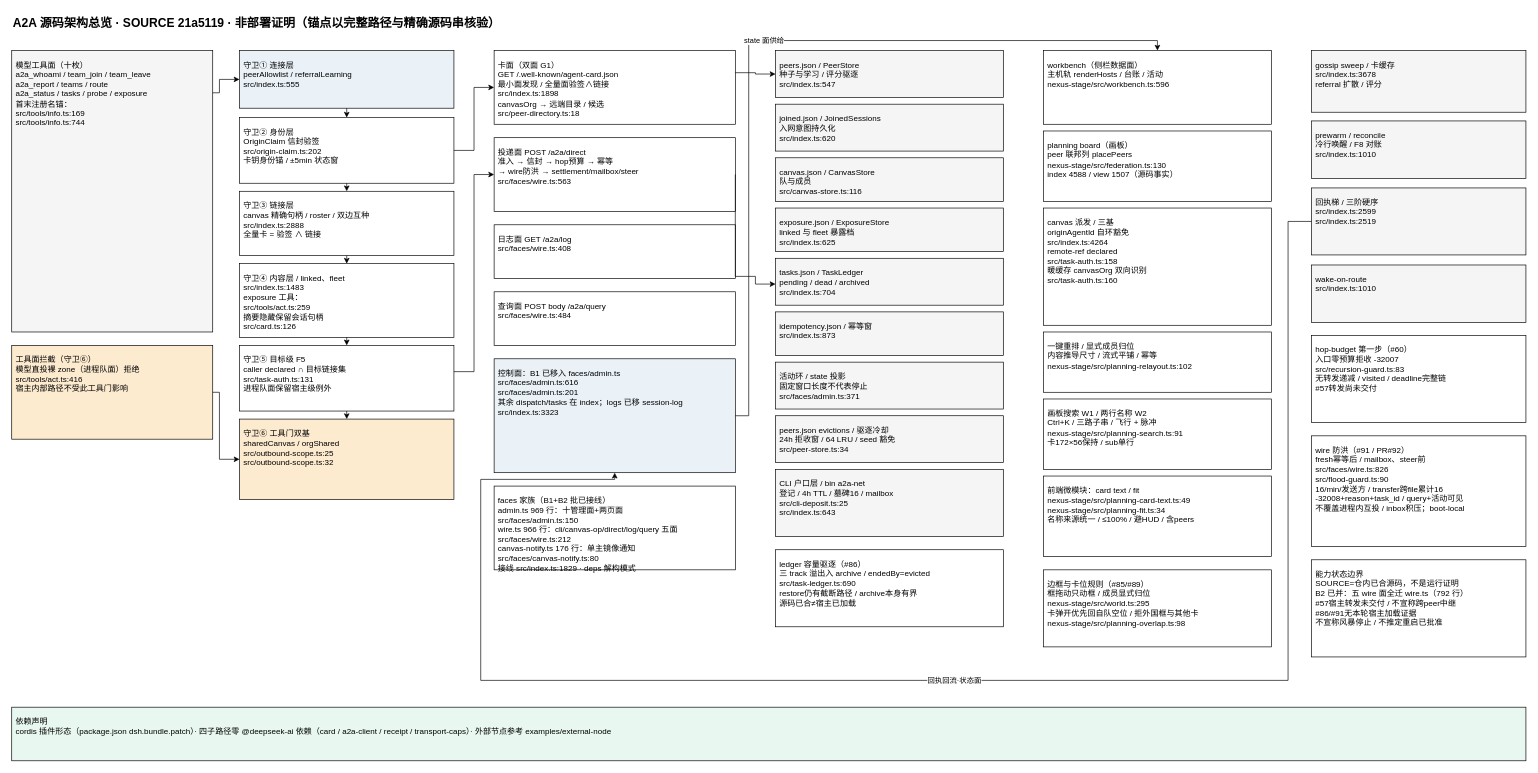
Before: page "系统架构总览" (1 of 2) of docs/arch/a2a-architecture.drawio in NelsonLongxiang/dsh-open-a2a-net, a draw.io diagram. Source tidied: cells renumbered, new cells numbered last; positions are measured from the earlier drawing's top-left corner, leaving out a move shared by most shapes. Both pictures are drawn from the tidied source at 67%, with x=0, y=0 at pixel (11, 11).
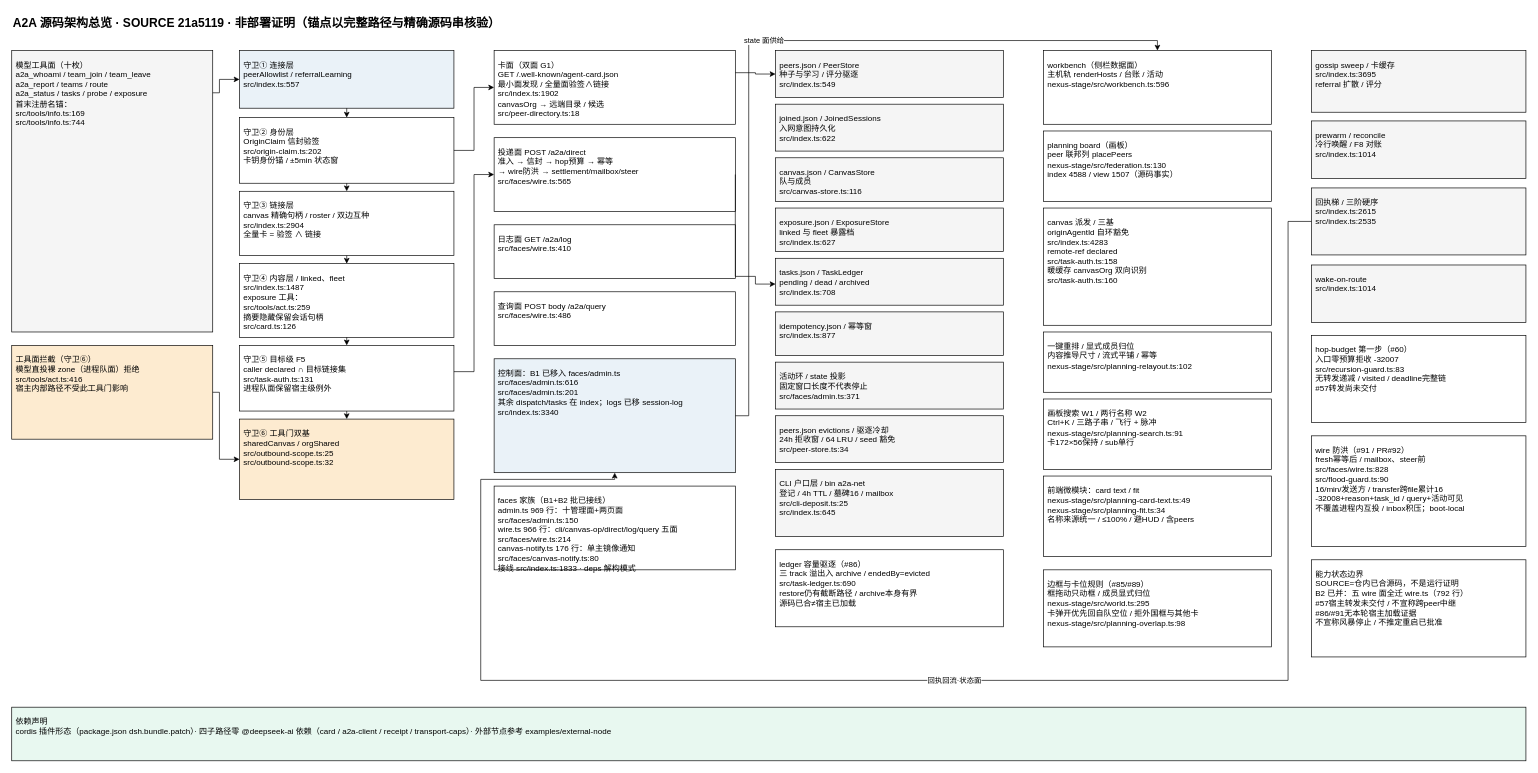
The same diagram, later.

What changed in the source:
```diff
@@
-    <mxCell id="5" value="守卫① 连接层&#10;peerAllowlist / referralLearning&#10;src/index.ts:555" style="rounded=0;whiteSpace=wrap;html=1;fontSize=12;fontColor=#000000;fillColor=#EAF2F8;strokeColor=#000000;align=left;verticalAlign=top;spacing=6;spacingTop=4;" parent="1" vertex="1">
+    <mxCell id="5" value="守卫① 连接层&#10;peerAllowlist / referralLearning&#10;src/index.ts:557" style="rounded=0;whiteSpace=wrap;html=1;fontSize=12;fontColor=#000000;fillColor=#EAF2F8;strokeColor=#000000;align=left;verticalAlign=top;spacing=6;spacingTop=4;" parent="1" vertex="1">
       <mxGeometry x="340" y="58" width="320" height="86" as="geometry" />
     </mxCell>
@@
-    <mxCell id="7" value="守卫③ 链接层&#10;canvas 精确句柄 / roster / 双边互种&#10;src/index.ts:2888&#10;全量卡 = 验签 ∧ 链接" style="rounded=0;whiteSpace=wrap;html=1;fontSize=12;fontColor=#000000;fillColor=#FFFFFF;strokeColor=#000000;align=left;verticalAlign=top;spacing=6;spacingTop=4;" parent="1" vertex="1">
+    <mxCell id="7" value="守卫③ 链接层&#10;canvas 精确句柄 / roster / 双边互种&#10;src/index.ts:2904&#10;全量卡 = 验签 ∧ 链接" style="rounded=0;whiteSpace=wrap;html=1;fontSize=12;fontColor=#000000;fillColor=#FFFFFF;strokeColor=#000000;align=left;verticalAlign=top;spacing=6;spacingTop=4;" parent="1" vertex="1">
       <mxGeometry x="340" y="268" width="320" height="96" as="geometry" />
     </mxCell>
-    <mxCell id="8" value="守卫④ 内容层 / linked、fleet&#10;src/index.ts:1483&#10;exposure 工具：&#10;src/tools/act.ts:259&#10;摘要隐藏保留会话句柄&#10;src/card.ts:126" style="rounded=0;whiteSpace=wrap;html=1;fontSize=12;fontColor=#000000;fillColor=#FFFFFF;strokeColor=#000000;align=left;verticalAlign=top;spacing=6;spacingTop=4;" parent="1" vertex="1">
+    <mxCell id="8" value="守卫④ 内容层 / linked、fleet&#10;src/index.ts:1487&#10;exposure 工具：&#10;src/tools/act.ts:259&#10;摘要隐藏保留会话句柄&#10;src/card.ts:126" style="rounded=0;whiteSpace=wrap;html=1;fontSize=12;fontColor=#000000;fillColor=#FFFFFF;strokeColor=#000000;align=left;verticalAlign=top;spacing=6;spacingTop=4;" parent="1" vertex="1">
       <mxGeometry x="340" y="376" width="320" height="110" as="geometry" />
     </mxCell>
@@
-    <mxCell id="11" value="卡面（双面 G1）&#10;GET /.well-known/agent-card.json&#10;最小面发现 / 全量面验签∧链接&#10;src/index.ts:1898&#10;canvasOrg → 远端目录 / 候选&#10;src/peer-directory.ts:18" style="rounded=0;whiteSpace=wrap;html=1;fontSize=12;fontColor=#000000;fillColor=#FFFFFF;strokeColor=#000000;align=left;verticalAlign=top;spacing=6;spacingTop=4;" parent="1" vertex="1">
+    <mxCell id="11" value="卡面（双面 G1）&#10;GET /.well-known/agent-card.json&#10;最小面发现 / 全量面验签∧链接&#10;src/index.ts:1902&#10;canvasOrg → 远端目录 / 候选&#10;src/peer-directory.ts:18" style="rounded=0;whiteSpace=wrap;html=1;fontSize=12;fontColor=#000000;fillColor=#FFFFFF;strokeColor=#000000;align=left;verticalAlign=top;spacing=6;spacingTop=4;" parent="1" vertex="1">
       <mxGeometry x="720" y="58" width="360" height="110" as="geometry" />
     </mxCell>
-    <mxCell id="12" value="投递面 POST /a2a/direct&#10;准入 → 信封 → hop预算 → 幂等&#10;→ wire防洪 → settlement/mailbox/steer&#10;src/faces/wire.ts:563" style="rounded=0;whiteSpace=wrap;html=1;fontSize=12;fontColor=#000000;fillColor=#FFFFFF;strokeColor=#000000;align=left;verticalAlign=top;spacing=6;spacingTop=4;" parent="1" vertex="1">
+    <mxCell id="12" value="投递面 POST /a2a/direct&#10;准入 → 信封 → hop预算 → 幂等&#10;→ wire防洪 → settlement/mailbox/steer&#10;src/faces/wire.ts:565" style="rounded=0;whiteSpace=wrap;html=1;fontSize=12;fontColor=#000000;fillColor=#FFFFFF;strokeColor=#000000;align=left;verticalAlign=top;spacing=6;spacingTop=4;" parent="1" vertex="1">
       <mxGeometry x="720" y="188" width="360" height="110" as="geometry" />
     </mxCell>
-    <mxCell id="13" value="日志面 GET /a2a/log&#10;src/faces/wire.ts:408" style="rounded=0;whiteSpace=wrap;html=1;fontSize=12;fontColor=#000000;fillColor=#FFFFFF;strokeColor=#000000;align=left;verticalAlign=top;spacing=6;spacingTop=4;" parent="1" vertex="1">
+    <mxCell id="13" value="日志面 GET /a2a/log&#10;src/faces/wire.ts:410" style="rounded=0;whiteSpace=wrap;html=1;fontSize=12;fontColor=#000000;fillColor=#FFFFFF;strokeColor=#000000;align=left;verticalAlign=top;spacing=6;spacingTop=4;" parent="1" vertex="1">
       <mxGeometry x="720" y="318" width="360" height="80" as="geometry" />
     </mxCell>
-    <mxCell id="14" value="查询面 POST body /a2a/query&#10;src/faces/wire.ts:484" style="rounded=0;whiteSpace=wrap;html=1;fontSize=12;fontColor=#000000;fillColor=#FFFFFF;strokeColor=#000000;align=left;verticalAlign=top;spacing=6;spacingTop=4;" parent="1" vertex="1">
+    <mxCell id="14" value="查询面 POST body /a2a/query&#10;src/faces/wire.ts:486" style="rounded=0;whiteSpace=wrap;html=1;fontSize=12;fontColor=#000000;fillColor=#FFFFFF;strokeColor=#000000;align=left;verticalAlign=top;spacing=6;spacingTop=4;" parent="1" vertex="1">
       <mxGeometry x="720" y="418" width="360" height="80" as="geometry" />
     </mxCell>
-    <mxCell id="15" value="控制面：B1 已移入 faces/admin.ts&#10;src/faces/admin.ts:616&#10;src/faces/admin.ts:201&#10;其余 dispatch/tasks 在 index；logs 已移 session-log&#10;src/index.ts:3323" style="rounded=0;whiteSpace=wrap;html=1;fontSize=12;fontColor=#000000;fillColor=#EAF2F8;strokeColor=#000000;align=left;verticalAlign=top;spacing=6;spacingTop=4;" parent="1" vertex="1">
+    <mxCell id="15" value="控制面：B1 已移入 faces/admin.ts&#10;src/faces/admin.ts:616&#10;src/faces/admin.ts:201&#10;其余 dispatch/tasks 在 index；logs 已移 session-log&#10;src/index.ts:3340" style="rounded=0;whiteSpace=wrap;html=1;fontSize=12;fontColor=#000000;fillColor=#EAF2F8;strokeColor=#000000;align=left;verticalAlign=top;spacing=6;spacingTop=4;" parent="1" vertex="1">
       <mxGeometry x="720" y="518" width="360" height="170" as="geometry" />
     </mxCell>
-    <mxCell id="16" value="peers.json / PeerStore&#10;种子与学习 / 评分驱逐&#10;src/index.ts:547" style="rounded=0;whiteSpace=wrap;html=1;fontSize=12;fontColor=#000000;fillColor=#F5F5F5;strokeColor=#000000;align=left;verticalAlign=top;spacing=6;spacingTop=4;" parent="1" vertex="1">
+    <mxCell id="16" value="peers.json / PeerStore&#10;种子与学习 / 评分驱逐&#10;src/index.ts:549" style="rounded=0;whiteSpace=wrap;html=1;fontSize=12;fontColor=#000000;fillColor=#F5F5F5;strokeColor=#000000;align=left;verticalAlign=top;spacing=6;spacingTop=4;" parent="1" vertex="1">
       <mxGeometry x="1140" y="58" width="340" height="70" as="geometry" />
     </mxCell>
-    <mxCell id="17" value="joined.json / JoinedSessions&#10;入网意图持久化&#10;src/index.ts:620" style="rounded=0;whiteSpace=wrap;html=1;fontSize=12;fontColor=#000000;fillColor=#F5F5F5;strokeColor=#000000;align=left;verticalAlign=top;spacing=6;spacingTop=4;" parent="1" vertex="1">
+    <mxCell id="17" value="joined.json / JoinedSessions&#10;入网意图持久化&#10;src/index.ts:622" style="rounded=0;whiteSpace=wrap;html=1;fontSize=12;fontColor=#000000;fillColor=#F5F5F5;strokeColor=#000000;align=left;verticalAlign=top;spacing=6;spacingTop=4;" parent="1" vertex="1">
       <mxGeometry x="1140" y="138" width="340" height="70" as="geometry" />
     </mxCell>
@@
-    <mxCell id="19" value="exposure.json / ExposureStore&#10;linked 与 fleet 暴露档&#10;src/index.ts:625" style="rounded=0;whiteSpace=wrap;html=1;fontSize=12;fontColor=#000000;fillColor=#F5F5F5;strokeColor=#000000;align=left;verticalAlign=top;spacing=6;spacingTop=4;" parent="1" vertex="1">
+    <mxCell id="19" value="exposure.json / ExposureStore&#10;linked 与 fleet 暴露档&#10;src/index.ts:627" style="rounded=0;whiteSpace=wrap;html=1;fontSize=12;fontColor=#000000;fillColor=#F5F5F5;strokeColor=#000000;align=left;verticalAlign=top;spacing=6;spacingTop=4;" parent="1" vertex="1">
       <mxGeometry x="1140" y="293" width="340" height="65" as="geometry" />
     </mxCell>
-    <mxCell id="20" value="tasks.json / TaskLedger&#10;pending / dead / archived&#10;src/index.ts:704" style="rounded=0;whiteSpace=wrap;html=1;fontSize=12;fontColor=#000000;fillColor=#F5F5F5;strokeColor=#000000;align=left;verticalAlign=top;spacing=6;spacingTop=4;" parent="1" vertex="1">
+    <mxCell id="20" value="tasks.json / TaskLedger&#10;pending / dead / archived&#10;src/index.ts:708" style="rounded=0;whiteSpace=wrap;html=1;fontSize=12;fontColor=#000000;fillColor=#F5F5F5;strokeColor=#000000;align=left;verticalAlign=top;spacing=6;spacingTop=4;" parent="1" vertex="1">
       <mxGeometry x="1140" y="368" width="340" height="70" as="geometry" />
     </mxCell>
-    <mxCell id="21" value="idempotency.json / 幂等窗&#10;src/index.ts:873" style="rounded=0;whiteSpace=wrap;html=1;fontSize=12;fontColor=#000000;fillColor=#F5F5F5;strokeColor=#000000;align=left;verticalAlign=top;spacing=6;spacingTop=4;" parent="1" vertex="1">
+    <mxCell id="21" value="idempotency.json / 幂等窗&#10;src/index.ts:877" style="rounded=0;whiteSpace=wrap;html=1;fontSize=12;fontColor=#000000;fillColor=#F5F5F5;strokeColor=#000000;align=left;verticalAlign=top;spacing=6;spacingTop=4;" parent="1" vertex="1">
       <mxGeometry x="1140" y="448" width="340" height="65" as="geometry" />
     </mxCell>
@@
-    <mxCell id="26" value="CLI 户口层 / bin a2a-net&#10;登记 / 4h TTL / 墓碑16 / mailbox&#10;src/cli-deposit.ts:25&#10;src/index.ts:643" style="rounded=0;whiteSpace=wrap;html=1;fontSize=12;fontColor=#000000;fillColor=#F5F5F5;strokeColor=#000000;align=left;verticalAlign=top;spacing=6;spacingTop=4;" parent="1" vertex="1">
+    <mxCell id="26" value="CLI 户口层 / bin a2a-net&#10;登记 / 4h TTL / 墓碑16 / mailbox&#10;src/cli-deposit.ts:25&#10;src/index.ts:645" style="rounded=0;whiteSpace=wrap;html=1;fontSize=12;fontColor=#000000;fillColor=#F5F5F5;strokeColor=#000000;align=left;verticalAlign=top;spacing=6;spacingTop=4;" parent="1" vertex="1">
       <mxGeometry x="1140" y="683" width="340" height="100" as="geometry" />
     </mxCell>
-    <mxCell id="27" value="canvas 派发 / 三基&#10;originAgentId 自环豁免&#10;src/index.ts:4264&#10;remote-ref declared&#10;src/task-auth.ts:158&#10;暖缓存 canvasOrg 双向识别&#10;src/task-auth.ts:160" style="rounded=0;whiteSpace=wrap;html=1;fontSize=12;fontColor=#000000;fillColor=#FFFFFF;strokeColor=#000000;align=left;verticalAlign=top;spacing=6;spacingTop=4;" parent="1" vertex="1">
+    <mxCell id="27" value="canvas 派发 / 三基&#10;originAgentId 自环豁免&#10;src/index.ts:4283&#10;remote-ref declared&#10;src/task-auth.ts:158&#10;暖缓存 canvasOrg 双向识别&#10;src/task-auth.ts:160" style="rounded=0;whiteSpace=wrap;html=1;fontSize=12;fontColor=#000000;fillColor=#FFFFFF;strokeColor=#000000;align=left;verticalAlign=top;spacing=6;spacingTop=4;" parent="1" vertex="1">
       <mxGeometry x="1540" y="293" width="340" height="175" as="geometry" />
     </mxCell>
@@
-    <mxCell id="30" value="gossip sweep / 卡缓存&#10;src/index.ts:3678&#10;referral 扩散 / 评分" style="rounded=0;whiteSpace=wrap;html=1;fontSize=12;fontColor=#000000;fillColor=#F5F5F5;strokeColor=#000000;align=left;verticalAlign=top;spacing=6;spacingTop=4;" parent="1" vertex="1">
+    <mxCell id="30" value="gossip sweep / 卡缓存&#10;src/index.ts:3695&#10;referral 扩散 / 评分" style="rounded=0;whiteSpace=wrap;html=1;fontSize=12;fontColor=#000000;fillColor=#F5F5F5;strokeColor=#000000;align=left;verticalAlign=top;spacing=6;spacingTop=4;" parent="1" vertex="1">
       <mxGeometry x="1940" y="58" width="320" height="92" as="geometry" />
     </mxCell>
-    <mxCell id="31" value="prewarm / reconcile&#10;冷行唤醒 / F8 对账&#10;src/index.ts:1010" style="rounded=0;whiteSpace=wrap;html=1;fontSize=12;fontColor=#000000;fillColor=#F5F5F5;strokeColor=#000000;align=left;verticalAlign=top;spacing=6;spacingTop=4;" parent="1" vertex="1">
+    <mxCell id="31" value="prewarm / reconcile&#10;冷行唤醒 / F8 对账&#10;src/index.ts:1014" style="rounded=0;whiteSpace=wrap;html=1;fontSize=12;fontColor=#000000;fillColor=#F5F5F5;strokeColor=#000000;align=left;verticalAlign=top;spacing=6;spacingTop=4;" parent="1" vertex="1">
       <mxGeometry x="1940" y="163" width="320" height="86" as="geometry" />
     </mxCell>
-    <mxCell id="32" value="回执梯 / 三阶硬序&#10;src/index.ts:2599&#10;src/index.ts:2519" style="rounded=0;whiteSpace=wrap;html=1;fontSize=12;fontColor=#000000;fillColor=#F5F5F5;strokeColor=#000000;align=left;verticalAlign=top;spacing=6;spacingTop=4;" parent="1" vertex="1">
+    <mxCell id="32" value="回执梯 / 三阶硬序&#10;src/index.ts:2615&#10;src/index.ts:2535" style="rounded=0;whiteSpace=wrap;html=1;fontSize=12;fontColor=#000000;fillColor=#F5F5F5;strokeColor=#000000;align=left;verticalAlign=top;spacing=6;spacingTop=4;" parent="1" vertex="1">
       <mxGeometry x="1940" y="263" width="320" height="100" as="geometry" />
     </mxCell>
-    <mxCell id="33" value="wake-on-route&#10;src/index.ts:1010" style="rounded=0;whiteSpace=wrap;html=1;fontSize=12;fontColor=#000000;fillColor=#F5F5F5;strokeColor=#000000;align=left;verticalAlign=top;spacing=6;spacingTop=4;" parent="1" vertex="1">
+    <mxCell id="33" value="wake-on-route&#10;src/index.ts:1014" style="rounded=0;whiteSpace=wrap;html=1;fontSize=12;fontColor=#000000;fillColor=#F5F5F5;strokeColor=#000000;align=left;verticalAlign=top;spacing=6;spacingTop=4;" parent="1" vertex="1">
       <mxGeometry x="1940" y="378" width="320" height="86" as="geometry" />
     </mxCell>
@@
-    <mxCell id="35" value="faces 家族（B1+B2 批已接线）&#10;admin.ts 969 行：十管理面+两页面&#10;src/faces/admin.ts:150&#10;wire.ts 966 行：cli/canvas-op/direct/log/query 五面&#10;src/faces/wire.ts:212&#10;canvas-notify.ts 176 行：单主镜像通知&#10;src/faces/canvas-notify.ts:80&#10;接线 src/index.ts:1829 · deps 解构模式" style="rounded=0;whiteSpace=wrap;html=1;fontSize=12;fontColor=#000000;fillColor=#FFFFFF;strokeColor=#000000;align=left;verticalAlign=top;spacing=6;spacingTop=4;" parent="1" vertex="1">
+    <mxCell id="35" value="faces 家族（B1+B2 批已接线）&#10;admin.ts 969 行：十管理面+两页面&#10;src/faces/admin.ts:150&#10;wire.ts 966 行：cli/canvas-op/direct/log/query 五面&#10;src/faces/wire.ts:214&#10;canvas-notify.ts 176 行：单主镜像通知&#10;src/faces/canvas-notify.ts:80&#10;接线 src/index.ts:1833 · deps 解构模式" style="rounded=0;whiteSpace=wrap;html=1;fontSize=12;fontColor=#000000;fillColor=#FFFFFF;strokeColor=#000000;align=left;verticalAlign=top;spacing=6;spacingTop=4;" parent="1" vertex="1">
       <mxGeometry x="720" y="708" width="360" height="125" as="geometry" />
     </mxCell>
@@
-    <mxCell id="39" value="wire 防洪（#91 / PR#92）&#10;fresh幂等后 / mailbox、steer前&#10;src/faces/wire.ts:826&#10;src/flood-guard.ts:90&#10;16/min/发送方 / transfer跨file累计16&#10;-32008+reason+task_id / query+活动可见&#10;不覆盖进程内互投 / inbox积压；boot-local" style="rounded=0;whiteSpace=wrap;html=1;fontSize=12;fontColor=#000000;fillColor=#FFFFFF;strokeColor=#000000;align=left;verticalAlign=top;spacing=6;spacingTop=4;" parent="1" vertex="1">
+    <mxCell id="39" value="wire 防洪（#91 / PR#92）&#10;fresh幂等后 / mailbox、steer前&#10;src/faces/wire.ts:828&#10;src/flood-guard.ts:90&#10;16/min/发送方 / transfer跨file累计16&#10;-32008+reason+task_id / query+活动可见&#10;不覆盖进程内互投 / inbox积压；boot-local" style="rounded=0;whiteSpace=wrap;html=1;fontSize=12;fontColor=#000000;fillColor=#FFFFFF;strokeColor=#000000;align=left;verticalAlign=top;spacing=6;spacingTop=4;" parent="1" vertex="1">
       <mxGeometry x="1940" y="633" width="320" height="165" as="geometry" />
     </mxCell>
```
